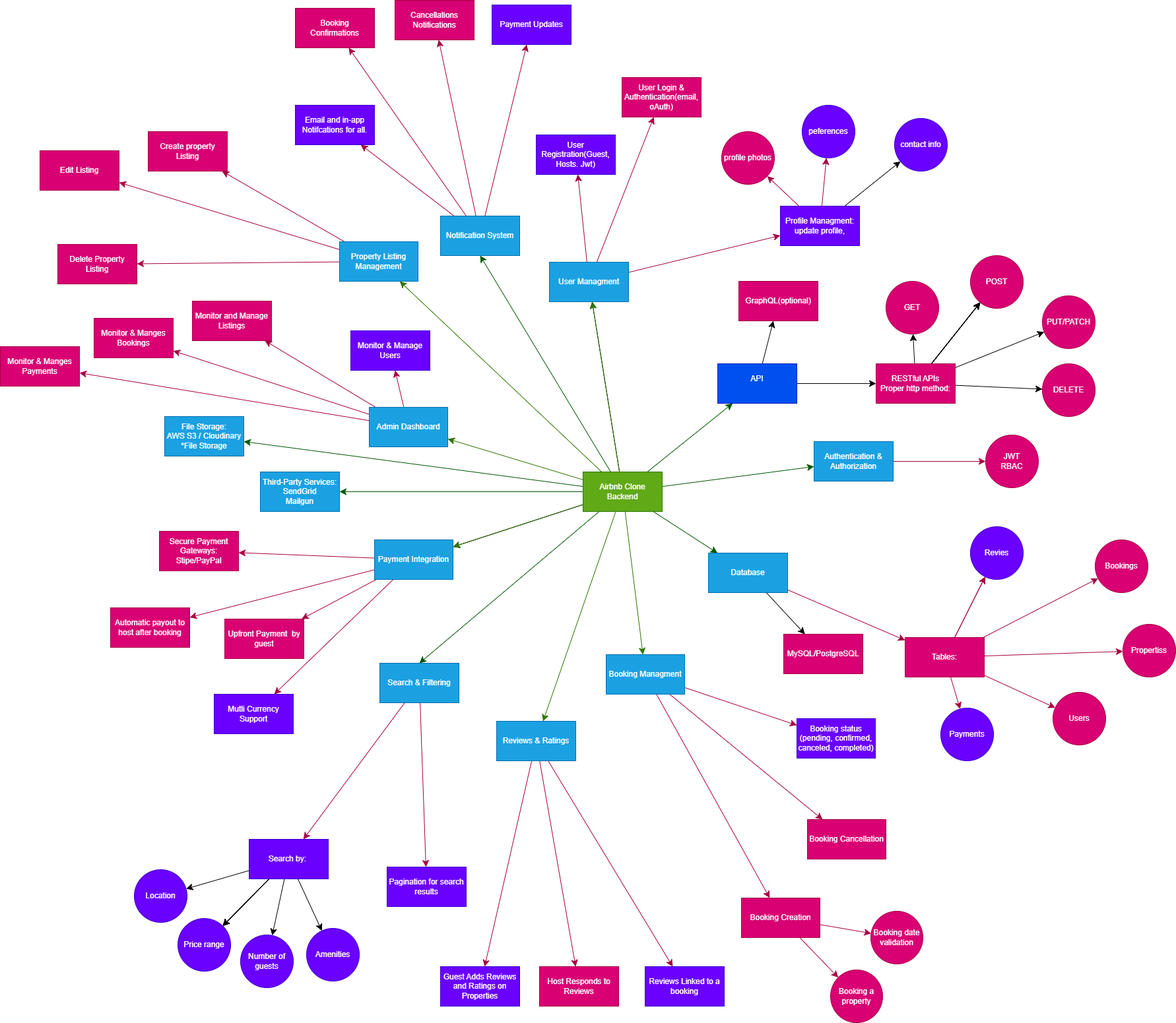
Above: features-and-functionalities/features-and-functionalities.png in danzeph/alx-airbnb-project-documentation (draw.io), before the change. Source tidied: cells renumbered, new cells last; positions are measured from the earlier drawing's top-left corner, leaving out a move shared by most shapes.
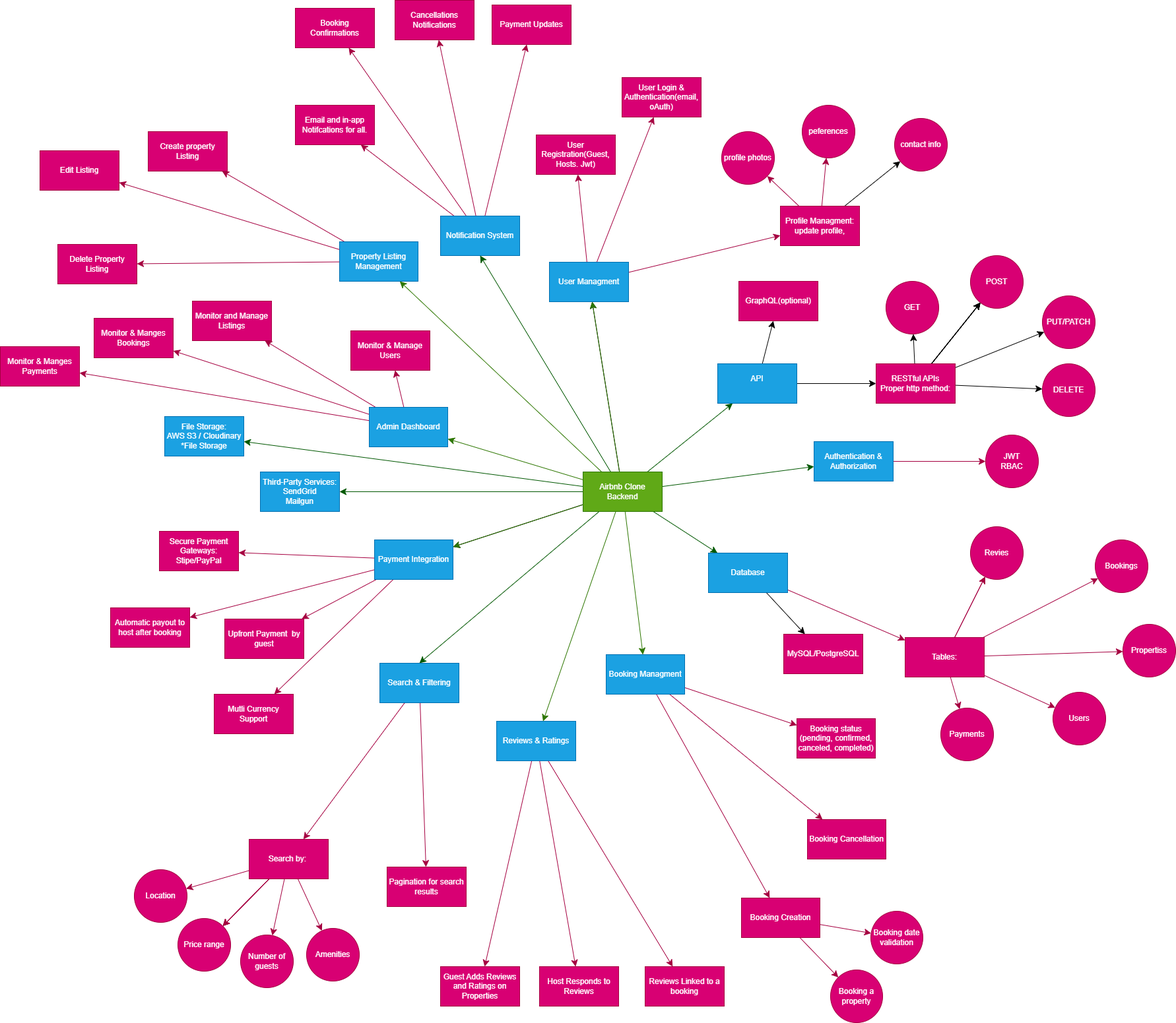
Later version of the same file.

Commit message:
making corrections to the feature png

The edit, as a diff of the source:
```diff
@@ -164,13 +164,13 @@
     <mxCell id="55" style="edgeStyle=none;curved=1;rounded=0;jettySize=auto;html=1;fontSize=12;startSize=8;endSize=8;fillColor=#d80073;strokeColor=#A50040;" parent="1" edge="1" source="56" target="99">
       <mxGeometry relative="1" as="geometry" />
     </mxCell>
-    <mxCell id="56" value="Profile Managment:&lt;br&gt;&lt;div&gt;update profile,&lt;br&gt;&lt;/div&gt;" style="whiteSpace=wrap;html=1;fillColor=#6a00ff;strokeColor=#3700CC;fontColor=#ffffff;rounded=0;" parent="1" vertex="1">
+    <mxCell id="56" value="Profile Managment:&lt;br&gt;&lt;div&gt;update profile,&lt;br&gt;&lt;/div&gt;" style="whiteSpace=wrap;html=1;fillColor=#d80073;strokeColor=#A50040;fontColor=#ffffff;rounded=0;" parent="1" vertex="1">
       <mxGeometry x="1182" y="312" width="120" height="60" as="geometry" />
     </mxCell>
-    <mxCell id="57" value="User Registration(Guest, Hosts. Jwt)" style="whiteSpace=wrap;html=1;fillColor=#6a00ff;strokeColor=#3700CC;fontColor=#ffffff;rounded=0;" parent="1" vertex="1">
+    <mxCell id="57" value="User Registration(Guest, Hosts. Jwt)" style="whiteSpace=wrap;html=1;fillColor=#d80073;strokeColor=#A50040;fontColor=#ffffff;rounded=0;" parent="1" vertex="1">
       <mxGeometry x="812" y="204" width="120" height="60" as="geometry" />
     </mxCell>
-    <mxCell id="58" value="Payment Updates" style="whiteSpace=wrap;html=1;fillColor=#6a00ff;strokeColor=#3700CC;fontColor=#ffffff;rounded=0;" parent="1" vertex="1">
+    <mxCell id="58" value="Payment Updates" style="whiteSpace=wrap;html=1;fillColor=#d80073;strokeColor=#A50040;fontColor=#ffffff;rounded=0;" parent="1" vertex="1">
       <mxGeometry x="745" y="7" width="120" height="60" as="geometry" />
     </mxCell>
     <mxCell id="59" value="Booking Confirmations" style="whiteSpace=wrap;html=1;fillColor=#d80073;strokeColor=#A50040;fontColor=#ffffff;rounded=0;" parent="1" vertex="1">
@@ -185,49 +185,49 @@
     <mxCell id="62" value="Delete Property Listing" style="whiteSpace=wrap;html=1;fillColor=#d80073;strokeColor=#A50040;fontColor=#ffffff;rounded=0;" parent="1" vertex="1">
       <mxGeometry x="87" y="370" width="120" height="60" as="geometry" />
     </mxCell>
-    <mxCell id="63" style="edgeStyle=none;curved=1;rounded=0;jettySize=auto;html=1;fontSize=12;startSize=8;endSize=8;" parent="1" edge="1" source="70" target="72">
+    <mxCell id="63" style="edgeStyle=none;curved=1;rounded=0;jettySize=auto;html=1;fontSize=12;startSize=8;endSize=8;fillColor=#d80073;strokeColor=#A50040;" parent="1" edge="1" source="70" target="72">
       <mxGeometry relative="1" as="geometry" />
     </mxCell>
-    <mxCell id="64" style="edgeStyle=none;curved=1;rounded=0;jettySize=auto;html=1;fontSize=12;startSize=8;endSize=8;" parent="1" edge="1" source="70" target="73">
+    <mxCell id="64" style="edgeStyle=none;curved=1;rounded=0;jettySize=auto;html=1;fontSize=12;startSize=8;endSize=8;fillColor=#d80073;strokeColor=#A50040;" parent="1" edge="1" source="70" target="73">
       <mxGeometry relative="1" as="geometry" />
     </mxCell>
-    <mxCell id="65" style="edgeStyle=none;curved=1;rounded=0;jettySize=auto;html=1;fontSize=12;startSize=8;endSize=8;" parent="1" edge="1" source="70" target="73">
+    <mxCell id="65" style="edgeStyle=none;curved=1;rounded=0;jettySize=auto;html=1;fontSize=12;startSize=8;endSize=8;fillColor=#d80073;strokeColor=#A50040;" parent="1" edge="1" source="70" target="73">
       <mxGeometry relative="1" as="geometry" />
     </mxCell>
-    <mxCell id="66" style="edgeStyle=none;curved=1;rounded=0;jettySize=auto;html=1;fontSize=12;startSize=8;endSize=8;" parent="1" edge="1" source="70" target="73">
+    <mxCell id="66" style="edgeStyle=none;curved=1;rounded=0;jettySize=auto;html=1;fontSize=12;startSize=8;endSize=8;fillColor=#d80073;strokeColor=#A50040;" parent="1" edge="1" source="70" target="73">
       <mxGeometry relative="1" as="geometry" />
     </mxCell>
-    <mxCell id="67" style="edgeStyle=none;curved=1;rounded=0;jettySize=auto;html=1;fontSize=12;startSize=8;endSize=8;" parent="1" edge="1" source="70" target="73">
+    <mxCell id="67" style="edgeStyle=none;curved=1;rounded=0;jettySize=auto;html=1;fontSize=12;startSize=8;endSize=8;fillColor=#d80073;strokeColor=#A50040;" parent="1" edge="1" source="70" target="73">
       <mxGeometry relative="1" as="geometry" />
     </mxCell>
-    <mxCell id="68" style="edgeStyle=none;curved=1;rounded=0;jettySize=auto;html=1;fontSize=12;startSize=8;endSize=8;" parent="1" edge="1" source="70" target="74">
+    <mxCell id="68" style="edgeStyle=none;curved=1;rounded=0;jettySize=auto;html=1;fontSize=12;startSize=8;endSize=8;fillColor=#d80073;strokeColor=#A50040;" parent="1" edge="1" source="70" target="74">
       <mxGeometry relative="1" as="geometry" />
     </mxCell>
-    <mxCell id="69" style="edgeStyle=none;curved=1;rounded=0;jettySize=auto;html=1;fontSize=12;startSize=8;endSize=8;" parent="1" edge="1" source="70" target="75">
+    <mxCell id="69" style="edgeStyle=none;curved=1;rounded=0;jettySize=auto;html=1;fontSize=12;startSize=8;endSize=8;fillColor=#d80073;strokeColor=#A50040;" parent="1" edge="1" source="70" target="75">
       <mxGeometry relative="1" as="geometry" />
     </mxCell>
-    <mxCell id="70" value="Search by:&amp;nbsp;" style="whiteSpace=wrap;html=1;fillColor=#6a00ff;strokeColor=#3700CC;fontColor=#ffffff;rounded=0;" parent="1" vertex="1">
+    <mxCell id="70" value="Search by:&amp;nbsp;" style="whiteSpace=wrap;html=1;fillColor=#d80073;strokeColor=#A50040;fontColor=#ffffff;rounded=0;" parent="1" vertex="1">
       <mxGeometry x="377" y="1272" width="120" height="60" as="geometry" />
     </mxCell>
-    <mxCell id="71" value="Pagination for search results" style="whiteSpace=wrap;html=1;fillColor=#6a00ff;strokeColor=#3700CC;fontColor=#ffffff;rounded=0;" parent="1" vertex="1">
+    <mxCell id="71" value="Pagination for search results" style="whiteSpace=wrap;html=1;fillColor=#d80073;strokeColor=#A50040;fontColor=#ffffff;rounded=0;" parent="1" vertex="1">
       <mxGeometry x="586" y="1314" width="120" height="60" as="geometry" />
     </mxCell>
-    <mxCell id="72" value="Location" style="ellipse;whiteSpace=wrap;html=1;fillColor=#6a00ff;strokeColor=#3700CC;fontColor=#ffffff;rounded=0;" parent="1" vertex="1">
+    <mxCell id="72" value="Location" style="ellipse;whiteSpace=wrap;html=1;fillColor=#d80073;strokeColor=#A50040;fontColor=#ffffff;rounded=0;" parent="1" vertex="1">
       <mxGeometry x="203" y="1318" width="80" height="80" as="geometry" />
     </mxCell>
-    <mxCell id="73" value="Price range" style="ellipse;whiteSpace=wrap;html=1;fillColor=#6a00ff;strokeColor=#3700CC;fontColor=#ffffff;rounded=0;" parent="1" vertex="1">
+    <mxCell id="73" value="Price range" style="ellipse;whiteSpace=wrap;html=1;fillColor=#d80073;strokeColor=#A50040;fontColor=#ffffff;rounded=0;" parent="1" vertex="1">
       <mxGeometry x="269" y="1392" width="80" height="80" as="geometry" />
     </mxCell>
-    <mxCell id="74" value="Number of guests" style="ellipse;whiteSpace=wrap;html=1;fillColor=#6a00ff;strokeColor=#3700CC;fontColor=#ffffff;rounded=0;" parent="1" vertex="1">
+    <mxCell id="74" value="Number of guests" style="ellipse;whiteSpace=wrap;html=1;fillColor=#d80073;strokeColor=#A50040;fontColor=#ffffff;rounded=0;" parent="1" vertex="1">
       <mxGeometry x="364" y="1417" width="80" height="80" as="geometry" />
     </mxCell>
-    <mxCell id="75" value="Amenities" style="ellipse;whiteSpace=wrap;html=1;fillColor=#6a00ff;strokeColor=#3700CC;fontColor=#ffffff;rounded=0;" parent="1" vertex="1">
+    <mxCell id="75" value="Amenities" style="ellipse;whiteSpace=wrap;html=1;fillColor=#d80073;strokeColor=#A50040;fontColor=#ffffff;rounded=0;" parent="1" vertex="1">
       <mxGeometry x="464" y="1407" width="80" height="80" as="geometry" />
     </mxCell>
     <mxCell id="76" value="Booking Cancellation" style="whiteSpace=wrap;html=1;fillColor=#d80073;strokeColor=#A50040;fontColor=#ffffff;rounded=0;" parent="1" vertex="1">
       <mxGeometry x="1223" y="1242" width="119" height="60" as="geometry" />
     </mxCell>
-    <mxCell id="77" value="Booking status (pending, confirmed, canceled, completed)" style="whiteSpace=wrap;html=1;fillColor=#6a00ff;strokeColor=#3700CC;fontColor=#ffffff;rounded=0;" parent="1" vertex="1">
+    <mxCell id="77" value="Booking status (pending, confirmed, canceled, completed)" style="whiteSpace=wrap;html=1;fillColor=#d80073;strokeColor=#A50040;fontColor=#ffffff;rounded=0;" parent="1" vertex="1">
       <mxGeometry x="1207" y="1089" width="119" height="60" as="geometry" />
     </mxCell>
     <mxCell id="78" style="edgeStyle=none;curved=1;rounded=0;jettySize=auto;html=1;fontSize=12;startSize=8;endSize=8;fillColor=#d80073;strokeColor=#A50040;" parent="1" edge="1" source="80" target="81">
@@ -251,25 +251,25 @@
     <mxCell id="84" value="Automatic payout to host after booking" style="whiteSpace=wrap;html=1;fillColor=#d80073;strokeColor=#A50040;fontColor=#ffffff;rounded=0;" parent="1" vertex="1">
       <mxGeometry x="167" y="921" width="120" height="60" as="geometry" />
     </mxCell>
-    <mxCell id="85" value="Mutli Currency Support" style="whiteSpace=wrap;html=1;fillColor=#6a00ff;strokeColor=#3700CC;fontColor=#ffffff;rounded=0;" parent="1" vertex="1">
+    <mxCell id="85" value="Mutli Currency Support" style="whiteSpace=wrap;html=1;fillColor=#d80073;strokeColor=#A50040;fontColor=#ffffff;rounded=0;" parent="1" vertex="1">
       <mxGeometry x="324" y="1052" width="120" height="60" as="geometry" />
     </mxCell>
     <mxCell id="86" value="Secure Payment Gateways:&lt;br&gt;Stipe/PayPal" style="whiteSpace=wrap;html=1;fillColor=#d80073;strokeColor=#A50040;fontColor=#ffffff;rounded=0;" parent="1" vertex="1">
       <mxGeometry x="241" y="805" width="120" height="60" as="geometry" />
     </mxCell>
-    <mxCell id="87" value="Guest Adds Reviews and Ratings on Properties" style="whiteSpace=wrap;html=1;fillColor=#6a00ff;strokeColor=#3700CC;fontColor=#ffffff;rounded=0;" parent="1" vertex="1">
+    <mxCell id="87" value="Guest Adds Reviews and Ratings on Properties" style="whiteSpace=wrap;html=1;fillColor=#d80073;strokeColor=#A50040;fontColor=#ffffff;rounded=0;" parent="1" vertex="1">
       <mxGeometry x="667" y="1465" width="120" height="60" as="geometry" />
     </mxCell>
     <mxCell id="88" value="Host Responds to Reviews" style="whiteSpace=wrap;html=1;fillColor=#d80073;strokeColor=#A50040;fontColor=#ffffff;rounded=0;" parent="1" vertex="1">
       <mxGeometry x="817" y="1465" width="120" height="60" as="geometry" />
     </mxCell>
-    <mxCell id="89" value="Reviews Linked to a booking" style="whiteSpace=wrap;html=1;fillColor=#6a00ff;strokeColor=#3700CC;fontColor=#ffffff;rounded=0;" parent="1" vertex="1">
+    <mxCell id="89" value="Reviews Linked to a booking" style="whiteSpace=wrap;html=1;fillColor=#d80073;strokeColor=#A50040;fontColor=#ffffff;rounded=0;" parent="1" vertex="1">
       <mxGeometry x="977" y="1465" width="120" height="60" as="geometry" />
     </mxCell>
     <mxCell id="90" value="Cancellations Notifications" style="whiteSpace=wrap;html=1;fillColor=#d80073;strokeColor=#A50040;fontColor=#ffffff;rounded=0;" parent="1" vertex="1">
       <mxGeometry x="598" width="120" height="60" as="geometry" />
     </mxCell>
-    <mxCell id="91" value="Email and in-app Notifcations for all." style="whiteSpace=wrap;html=1;fillColor=#6a00ff;strokeColor=#3700CC;fontColor=#ffffff;rounded=0;" parent="1" vertex="1">
+    <mxCell id="91" value="Email and in-app Notifcations for all." style="whiteSpace=wrap;html=1;fillColor=#d80073;strokeColor=#A50040;fontColor=#ffffff;rounded=0;" parent="1" vertex="1">
       <mxGeometry x="447" y="159" width="120" height="60" as="geometry" />
     </mxCell>
     <mxCell id="92" value="Monitor &amp;amp; Manges Bookings" style="whiteSpace=wrap;html=1;fillColor=#d80073;strokeColor=#A50040;fontColor=#ffffff;rounded=0;" parent="1" vertex="1">
@@ -278,7 +278,7 @@
     <mxCell id="93" value="Monitor and Manage Listings" style="whiteSpace=wrap;html=1;fillColor=#d80073;strokeColor=#A50040;fontColor=#ffffff;rounded=0;" parent="1" vertex="1">
       <mxGeometry x="291" y="456" width="120" height="60" as="geometry" />
     </mxCell>
-    <mxCell id="94" value="Monitor &amp;amp; Manage Users" style="whiteSpace=wrap;html=1;fillColor=#6a00ff;strokeColor=#3700CC;fontColor=#ffffff;rounded=0;" parent="1" vertex="1">
+    <mxCell id="94" value="Monitor &amp;amp; Manage Users" style="whiteSpace=wrap;html=1;fillColor=#d80073;strokeColor=#A50040;fontColor=#ffffff;rounded=0;" parent="1" vertex="1">
       <mxGeometry x="531" y="501" width="120" height="60" as="geometry" />
     </mxCell>
     <mxCell id="95" value="Monitor &amp;amp; Manges Payments" style="whiteSpace=wrap;html=1;fillColor=#d80073;strokeColor=#A50040;fontColor=#ffffff;rounded=0;" parent="1" vertex="1">
@@ -287,13 +287,13 @@
     <mxCell id="96" style="edgeStyle=none;curved=1;rounded=0;orthogonalLoop=1;jettySize=auto;html=1;exitX=0.75;exitY=1;exitDx=0;exitDy=0;fontSize=12;startSize=8;endSize=8;" parent="1" edge="1" source="47" target="47">
       <mxGeometry relative="1" as="geometry" />
     </mxCell>
-    <mxCell id="97" value="contact info" style="ellipse;whiteSpace=wrap;html=1;fillColor=#6a00ff;strokeColor=#3700CC;fontColor=#ffffff;rounded=0;" parent="1" vertex="1">
+    <mxCell id="97" value="contact info" style="ellipse;whiteSpace=wrap;html=1;fillColor=#d80073;strokeColor=#A50040;fontColor=#ffffff;rounded=0;" parent="1" vertex="1">
       <mxGeometry x="1355" y="179" width="80" height="80" as="geometry" />
     </mxCell>
     <mxCell id="98" value="profile photos" style="ellipse;whiteSpace=wrap;html=1;fillColor=#d80073;strokeColor=#A50040;fontColor=#ffffff;rounded=0;" parent="1" vertex="1">
       <mxGeometry x="1093" y="199" width="80" height="80" as="geometry" />
     </mxCell>
-    <mxCell id="99" value="peferences" style="ellipse;whiteSpace=wrap;html=1;fillColor=#6a00ff;strokeColor=#3700CC;fontColor=#ffffff;rounded=0;" parent="1" vertex="1">
+    <mxCell id="99" value="peferences" style="ellipse;whiteSpace=wrap;html=1;fillColor=#d80073;strokeColor=#A50040;fontColor=#ffffff;rounded=0;" parent="1" vertex="1">
       <mxGeometry x="1215" y="159" width="80" height="80" as="geometry" />
     </mxCell>
     <mxCell id="100" style="edgeStyle=none;curved=1;rounded=0;hachureGap=4;jettySize=auto;html=1;fontFamily=Architects Daughter;fontSource=https%3A%2F%2Ffonts.googleapis.com%2Fcss%3Ffamily%3DArchitects%2BDaughter;fontSize=12;startSize=8;endSize=8;" parent="1" edge="1" source="102" target="129">
@@ -302,7 +302,7 @@
     <mxCell id="101" style="edgeStyle=none;curved=1;rounded=0;jettySize=auto;html=1;fontSize=12;startSize=8;endSize=8;" parent="1" edge="1" source="102" target="134">
       <mxGeometry relative="1" as="geometry" />
     </mxCell>
-    <mxCell id="102" value="API&lt;div&gt;&lt;br/&gt;&lt;/div&gt;" style="whiteSpace=wrap;html=1;fillColor=#0050ef;strokeColor=#001DBC;fontColor=#ffffff;rounded=0;" parent="1" vertex="1">
+    <mxCell id="102" value="API&lt;div&gt;&lt;br/&gt;&lt;/div&gt;" style="whiteSpace=wrap;html=1;fillColor=#1ba1e2;strokeColor=#006EAF;fontColor=#ffffff;rounded=0;" parent="1" vertex="1">
       <mxGeometry x="1087" y="551" width="120" height="60" as="geometry" />
     </mxCell>
     <mxCell id="103" style="edgeStyle=none;curved=1;rounded=0;hachureGap=4;jettySize=auto;html=1;fontFamily=Architects Daughter;fontSource=https%3A%2F%2Ffonts.googleapis.com%2Fcss%3Ffamily%3DArchitects%2BDaughter;fontSize=12;startSize=8;endSize=8;fillColor=#d80073;strokeColor=#A50040;" parent="1" edge="1" source="104" target="121">
@@ -341,10 +341,10 @@
     <mxCell id="114" value="Users" style="ellipse;whiteSpace=wrap;html=1;fillColor=#d80073;strokeColor=#A50040;fontColor=#ffffff;rounded=0;" parent="1" vertex="1">
       <mxGeometry x="1595" y="1049" width="80" height="80" as="geometry" />
     </mxCell>
-    <mxCell id="115" value="Revies" style="ellipse;whiteSpace=wrap;html=1;fillColor=#6a00ff;strokeColor=#3700CC;fontColor=#ffffff;rounded=0;" parent="1" vertex="1">
+    <mxCell id="115" value="Revies" style="ellipse;whiteSpace=wrap;html=1;fillColor=#d80073;strokeColor=#A50040;fontColor=#ffffff;rounded=0;" parent="1" vertex="1">
       <mxGeometry x="1470" y="798" width="80" height="80" as="geometry" />
     </mxCell>
-    <mxCell id="116" value="Payments" style="ellipse;whiteSpace=wrap;html=1;fillColor=#6a00ff;strokeColor=#3700CC;fontColor=#ffffff;rounded=0;" parent="1" vertex="1">
+    <mxCell id="116" value="Payments" style="ellipse;whiteSpace=wrap;html=1;fillColor=#d80073;strokeColor=#A50040;fontColor=#ffffff;rounded=0;" parent="1" vertex="1">
       <mxGeometry x="1425" y="1073" width="80" height="80" as="geometry" />
     </mxCell>
     <mxCell id="117" style="edgeStyle=none;curved=1;rounded=0;hachureGap=4;jettySize=auto;html=1;fontFamily=Architects Daughter;fontSource=https%3A%2F%2Ffonts.googleapis.com%2Fcss%3Ffamily%3DArchitects%2BDaughter;fontSize=12;startSize=8;endSize=8;" parent="1" edge="1" source="119" target="120">
```
